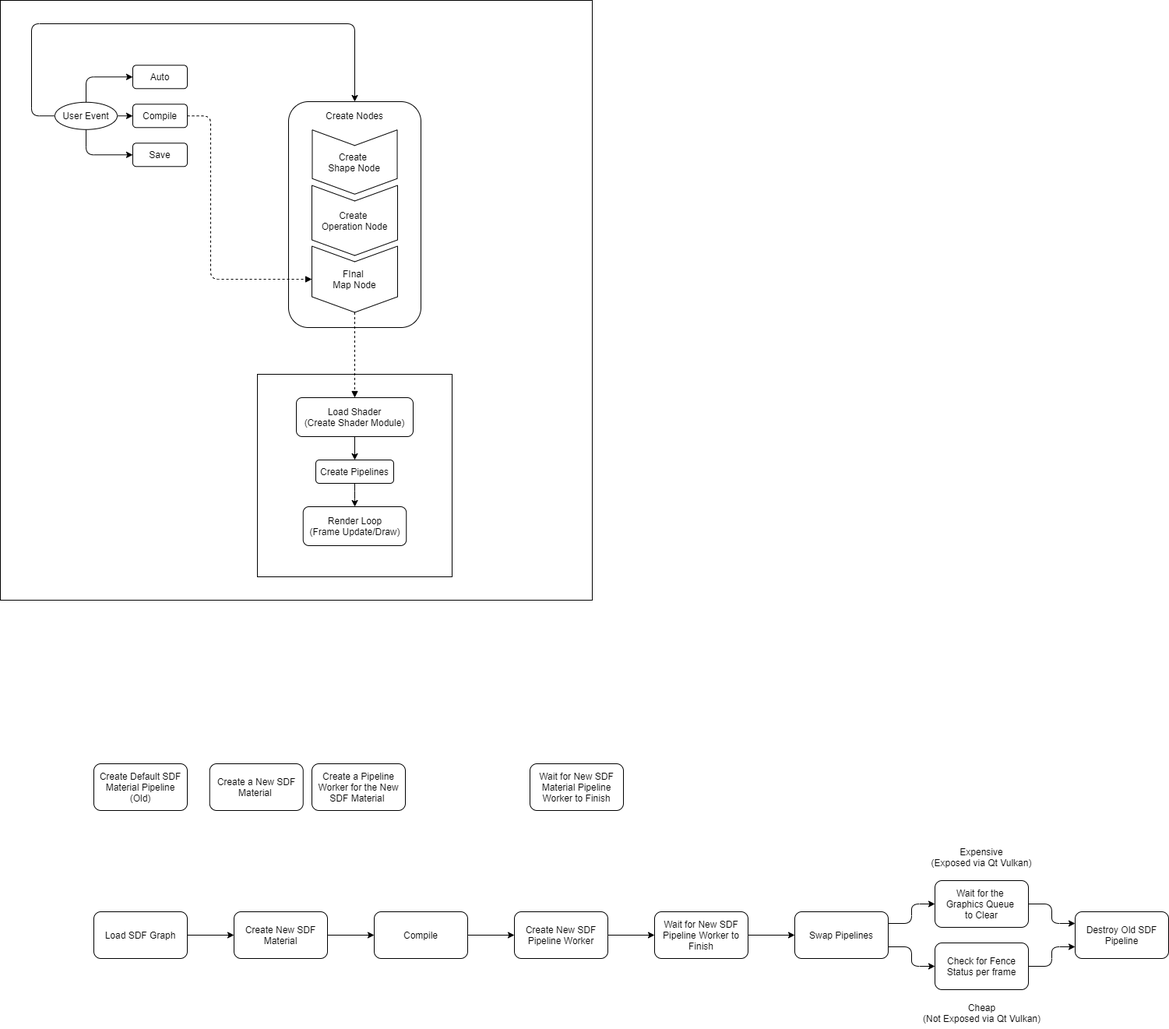
The draw.io diagram docs/design/sdf-graph-architecture.png in hiradyazdan/sdf-ray4d-engine, before a commit. Source tidied: cells renumbered, new cells last; positions are measured from the earlier drawing's top-left corner, leaving out a move shared by most shapes.
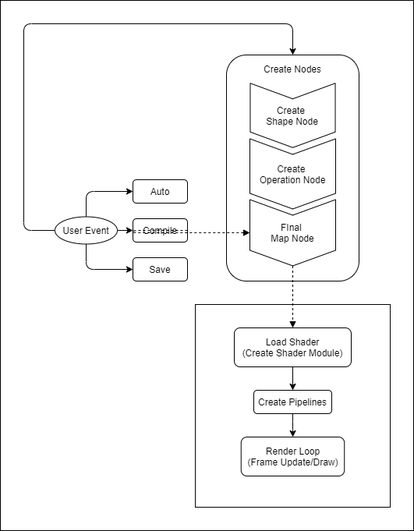
Later version of the same file.

What changed in the source:
```diff
@@ -3,19 +3,21 @@
     <mxCell id="0" />
     <mxCell id="1" parent="0" />
     <mxCell id="2" style="rounded=0;whiteSpace=wrap;html=1;" parent="1" vertex="1">
-      <mxGeometry width="760" height="770" as="geometry" />
+      <mxGeometry x="80" y="60" width="530" height="680" as="geometry" />
     </mxCell>
     <mxCell id="3" value="Auto" style="rounded=1;whiteSpace=wrap;html=1;" parent="1" vertex="1">
-      <mxGeometry x="170" y="83.3" width="70" height="30" as="geometry" />
+      <mxGeometry x="250" y="290" width="70" height="30" as="geometry" />
     </mxCell>
     <mxCell id="4" value="Compile" style="rounded=1;whiteSpace=wrap;html=1;" parent="1" vertex="1">
-      <mxGeometry x="170" y="133.3" width="70" height="30" as="geometry" />
+      <mxGeometry x="250" y="340" width="70" height="30" as="geometry" />
     </mxCell>
     <mxCell id="5" value="Save" style="rounded=1;whiteSpace=wrap;html=1;" parent="1" vertex="1">
-      <mxGeometry x="170" y="183.3" width="70" height="30" as="geometry" />
+      <mxGeometry x="250" y="390" width="70" height="30" as="geometry" />
     </mxCell>
-    <mxCell id="6" style="edgeStyle=orthogonalEdgeStyle;rounded=1;jettySize=auto;html=1;exitX=1;exitY=0.5;exitDx=0;exitDy=0;entryX=0;entryY=0.5;entryDx=0;entryDy=0;" parent="1" edge="1" source="10" target="4">
-      <mxGeometry relative="1" as="geometry" />
+    <mxCell id="6" style="edgeStyle=orthogonalEdgeStyle;rounded=1;jettySize=auto;html=1;exitX=1;exitY=0.5;exitDx=0;exitDy=0;entryX=0;entryY=0.5;entryDx=0;entryDy=0;" parent="1" edge="1" target="4">
+      <mxGeometry relative="1" as="geometry">
+        <mxPoint x="230" y="355" as="sourcePoint" />
+      </mxGeometry>
     </mxCell>
     <mxCell id="7" style="edgeStyle=orthogonalEdgeStyle;rounded=1;jettySize=auto;html=1;exitX=0.5;exitY=0;exitDx=0;exitDy=0;entryX=0;entryY=0.5;entryDx=0;entryDy=0;" parent="1" edge="1" source="10" target="3">
       <mxGeometry relative="1" as="geometry" />
@@ -26,35 +28,35 @@
     <mxCell id="9" style="edgeStyle=orthogonalEdgeStyle;rounded=1;jettySize=auto;html=1;exitX=0;exitY=0.5;exitDx=0;exitDy=0;entryX=0.5;entryY=0;entryDx=0;entryDy=0;" parent="1" edge="1" source="10" target="11">
       <mxGeometry relative="1" as="geometry">
         <Array as="points">
-          <mxPoint x="40" y="148" />
-          <mxPoint x="40" y="30" />
-          <mxPoint x="455" y="30" />
+          <mxPoint x="110" y="355" />
+          <mxPoint x="110" y="90" />
+          <mxPoint x="455" y="90" />
         </Array>
       </mxGeometry>
     </mxCell>
     <mxCell id="10" value="User Event" style="ellipse;whiteSpace=wrap;html=1;" parent="1" vertex="1">
-      <mxGeometry x="70" y="130.8" width="80" height="35" as="geometry" />
+      <mxGeometry x="150" y="337.5" width="80" height="35" as="geometry" />
     </mxCell>
     <mxCell id="11" style="rounded=1;whiteSpace=wrap;html=1;" parent="1" vertex="1">
       <mxGeometry x="370" y="130" width="170" height="290" as="geometry" />
     </mxCell>
     <mxCell id="12" style="rounded=0;whiteSpace=wrap;html=1;" parent="1" vertex="1">
-      <mxGeometry x="330" y="480" width="250" height="260" as="geometry" />
+      <mxGeometry x="330" y="450" width="250" height="260" as="geometry" />
     </mxCell>
     <mxCell id="13" style="edgeStyle=orthogonalEdgeStyle;rounded=1;jettySize=auto;html=1;exitX=0.5;exitY=1;exitDx=0;exitDy=0;entryX=0.5;entryY=0;entryDx=0;entryDy=0;startSize=0;endSize=6;sourcePerimeterSpacing=0;targetPerimeterSpacing=0;" parent="1" edge="1" source="14" target="16">
       <mxGeometry relative="1" as="geometry" />
     </mxCell>
     <mxCell id="14" value="Load Shader&lt;br&gt;(Create Shader Module)" style="rounded=1;whiteSpace=wrap;html=1;" parent="1" vertex="1">
-      <mxGeometry x="380" y="510" width="150" height="50" as="geometry" />
+      <mxGeometry x="380" y="480" width="150" height="50" as="geometry" />
     </mxCell>
     <mxCell id="15" style="edgeStyle=orthogonalEdgeStyle;rounded=1;jettySize=auto;html=1;exitX=0.5;exitY=1;exitDx=0;exitDy=0;startSize=0;endSize=6;sourcePerimeterSpacing=0;targetPerimeterSpacing=0;" parent="1" edge="1" source="16" target="17">
       <mxGeometry relative="1" as="geometry" />
     </mxCell>
     <mxCell id="16" value="Create Pipelines" style="rounded=1;whiteSpace=wrap;html=1;" parent="1" vertex="1">
-      <mxGeometry x="405" y="590" width="100" height="30" as="geometry" />
+      <mxGeometry x="405" y="560" width="100" height="30" as="geometry" />
     </mxCell>
     <mxCell id="17" value="Render Loop&lt;br&gt;(Frame Update/Draw)" style="rounded=1;whiteSpace=wrap;html=1;" parent="1" vertex="1">
-      <mxGeometry x="388.8" y="650" width="132.5" height="50" as="geometry" />
+      <mxGeometry x="388.8" y="620" width="132.5" height="50" as="geometry" />
     </mxCell>
     <mxCell id="18" style="group;" parent="1" vertex="1">
       <mxGeometry x="400" y="166.3" width="110" height="234.2" as="geometry" />
@@ -71,88 +73,15 @@
     <mxCell id="22" value="Create Nodes" style="text;html=1;strokeColor=none;fillColor=none;align=center;verticalAlign=middle;whiteSpace=wrap;rounded=0;" parent="1" vertex="1">
       <mxGeometry x="405" y="138.3" width="100" height="20" as="geometry" />
     </mxCell>
-    <mxCell id="23" style="edgeStyle=orthogonalEdgeStyle;rounded=1;jettySize=auto;html=1;exitX=1;exitY=0.5;exitDx=0;exitDy=0;entryX=0.5;entryY=1;entryDx=0;entryDy=0;startSize=0;endSize=6;sourcePerimeterSpacing=0;targetPerimeterSpacing=0;dashed=1;endArrow=block;endFill=1;" parent="1" edge="1" source="4" target="21">
+    <mxCell id="23" style="edgeStyle=orthogonalEdgeStyle;rounded=1;jettySize=auto;html=1;exitX=1;exitY=0.5;exitDx=0;exitDy=0;startSize=0;endSize=6;sourcePerimeterSpacing=0;targetPerimeterSpacing=0;dashed=1;endArrow=block;endFill=1;entryX=0.5;entryY=1;entryDx=0;entryDy=0;" parent="1" edge="1" source="4" target="21">
       <mxGeometry relative="1" as="geometry">
         <Array as="points">
-          <mxPoint x="270" y="148" />
-          <mxPoint x="270" y="358" />
+          <mxPoint x="250" y="358" />
         </Array>
       </mxGeometry>
     </mxCell>
     <mxCell id="24" style="edgeStyle=orthogonalEdgeStyle;rounded=1;jettySize=auto;html=1;exitX=1;exitY=0.5;exitDx=0;exitDy=0;entryX=0.5;entryY=0;entryDx=0;entryDy=0;dashed=1;endArrow=block;endFill=1;startSize=0;endSize=6;sourcePerimeterSpacing=0;targetPerimeterSpacing=0;" parent="1" edge="1" source="21" target="14">
       <mxGeometry relative="1" as="geometry" />
     </mxCell>
-    <mxCell id="25" value="Create Default SDF Material Pipeline (Old)" style="rounded=1;whiteSpace=wrap;html=1;" parent="1" vertex="1">
-      <mxGeometry x="120" y="980" width="120" height="60" as="geometry" />
-    </mxCell>
-    <mxCell id="26" value="Create a Pipeline&lt;br&gt;Worker for the New SDF Material&amp;nbsp;" style="rounded=1;whiteSpace=wrap;html=1;" parent="1" vertex="1">
-      <mxGeometry x="400" y="980" width="120" height="60" as="geometry" />
-    </mxCell>
-    <mxCell id="27" value="Wait for New SDF Material Pipeline Worker to Finish" style="rounded=1;whiteSpace=wrap;html=1;" parent="1" vertex="1">
-      <mxGeometry x="680" y="980" width="120" height="60" as="geometry" />
-    </mxCell>
-    <mxCell id="28" value="Create a New SDF Material&amp;nbsp;" style="rounded=1;whiteSpace=wrap;html=1;" parent="1" vertex="1">
-      <mxGeometry x="268.8" y="980" width="120" height="60" as="geometry" />
-    </mxCell>
-    <mxCell id="29" style="edgeStyle=orthogonalEdgeStyle;rounded=0;jettySize=auto;html=1;exitX=1;exitY=0.5;exitDx=0;exitDy=0;" parent="1" edge="1" source="30" target="32">
-      <mxGeometry relative="1" as="geometry" />
-    </mxCell>
-    <mxCell id="30" value="Load SDF Graph" style="rounded=1;whiteSpace=wrap;html=1;" parent="1" vertex="1">
-      <mxGeometry x="120" y="1170" width="120" height="60" as="geometry" />
-    </mxCell>
-    <mxCell id="31" style="edgeStyle=orthogonalEdgeStyle;rounded=0;jettySize=auto;html=1;exitX=1;exitY=0.5;exitDx=0;exitDy=0;entryX=0;entryY=0.5;entryDx=0;entryDy=0;" parent="1" edge="1" source="32" target="34">
-      <mxGeometry relative="1" as="geometry" />
-    </mxCell>
-    <mxCell id="32" value="Create New SDF Material" style="rounded=1;whiteSpace=wrap;html=1;" parent="1" vertex="1">
-      <mxGeometry x="300" y="1170" width="120" height="60" as="geometry" />
-    </mxCell>
-    <mxCell id="33" style="edgeStyle=orthogonalEdgeStyle;rounded=0;jettySize=auto;html=1;exitX=1;exitY=0.5;exitDx=0;exitDy=0;entryX=0;entryY=0.5;entryDx=0;entryDy=0;" parent="1" edge="1" source="34" target="36">
-      <mxGeometry relative="1" as="geometry" />
-    </mxCell>
-    <mxCell id="34" value="Compile" style="rounded=1;whiteSpace=wrap;html=1;" parent="1" vertex="1">
-      <mxGeometry x="480" y="1170" width="120" height="60" as="geometry" />
-    </mxCell>
-    <mxCell id="35" style="edgeStyle=orthogonalEdgeStyle;rounded=0;jettySize=auto;html=1;exitX=1;exitY=0.5;exitDx=0;exitDy=0;entryX=0;entryY=0.5;entryDx=0;entryDy=0;" parent="1" edge="1" source="36" target="38">
-      <mxGeometry relative="1" as="geometry" />
-    </mxCell>
-    <mxCell id="36" value="Create New SDF Pipeline Worker" style="rounded=1;whiteSpace=wrap;html=1;" parent="1" vertex="1">
-      <mxGeometry x="660" y="1170" width="120" height="60" as="geometry" />
-    </mxCell>
-    <mxCell id="37" style="edgeStyle=orthogonalEdgeStyle;rounded=0;jettySize=auto;html=1;exitX=1;exitY=0.5;exitDx=0;exitDy=0;entryX=0;entryY=0.5;entryDx=0;entryDy=0;" parent="1" edge="1" source="38" target="41">
-      <mxGeometry relative="1" as="geometry" />
-    </mxCell>
-    <mxCell id="38" value="Wait for New SDF Pipeline Worker to Finish" style="rounded=1;whiteSpace=wrap;html=1;" parent="1" vertex="1">
-      <mxGeometry x="840" y="1170" width="120" height="60" as="geometry" />
-    </mxCell>
-    <mxCell id="39" style="edgeStyle=orthogonalEdgeStyle;rounded=1;jettySize=auto;html=1;exitX=1;exitY=0.25;exitDx=0;exitDy=0;entryX=0;entryY=0.5;entryDx=0;entryDy=0;" parent="1" edge="1" source="41" target="44">
-      <mxGeometry relative="1" as="geometry" />
-    </mxCell>
-    <mxCell id="40" style="edgeStyle=orthogonalEdgeStyle;rounded=1;jettySize=auto;html=1;exitX=1;exitY=0.75;exitDx=0;exitDy=0;" parent="1" edge="1" source="41" target="46">
-      <mxGeometry relative="1" as="geometry" />
-    </mxCell>
-    <mxCell id="41" value="Swap Pipelines" style="rounded=1;whiteSpace=wrap;html=1;" parent="1" vertex="1">
-      <mxGeometry x="1020" y="1170" width="120" height="60" as="geometry" />
-    </mxCell>
-    <mxCell id="42" value="Destroy Old SDF Pipeline" style="rounded=1;whiteSpace=wrap;html=1;" parent="1" vertex="1">
-      <mxGeometry x="1380" y="1170" width="120" height="60" as="geometry" />
-    </mxCell>
-    <mxCell id="43" style="edgeStyle=orthogonalEdgeStyle;rounded=1;jettySize=auto;html=1;exitX=1;exitY=0.5;exitDx=0;exitDy=0;entryX=0;entryY=0.25;entryDx=0;entryDy=0;" parent="1" edge="1" source="44" target="42">
-      <mxGeometry relative="1" as="geometry" />
-    </mxCell>
-    <mxCell id="44" value="Wait for the &lt;br&gt;Graphics Queue &lt;br&gt;to Clear" style="rounded=1;whiteSpace=wrap;html=1;" parent="1" vertex="1">
-      <mxGeometry x="1200" y="1130" width="120" height="60" as="geometry" />
-    </mxCell>
-    <mxCell id="45" style="edgeStyle=orthogonalEdgeStyle;rounded=1;jettySize=auto;html=1;exitX=1;exitY=0.5;exitDx=0;exitDy=0;entryX=0;entryY=0.75;entryDx=0;entryDy=0;" parent="1" edge="1" source="46" target="42">
-      <mxGeometry relative="1" as="geometry" />
-    </mxCell>
-    <mxCell id="46" value="Check for Fence Status per frame" style="rounded=1;whiteSpace=wrap;html=1;" parent="1" vertex="1">
-      <mxGeometry x="1200" y="1210" width="120" height="60" as="geometry" />
-    </mxCell>
-    <mxCell id="47" value="Cheap&lt;br&gt;(Not Exposed via Qt Vulkan)" style="text;html=1;strokeColor=none;fillColor=none;align=center;verticalAlign=middle;whiteSpace=wrap;rounded=0;" parent="1" vertex="1">
-      <mxGeometry x="1182.5" y="1280" width="155" height="40" as="geometry" />
-    </mxCell>
-    <mxCell id="48" value="Expensive&lt;br&gt;(Exposed via Qt Vulkan)" style="text;html=1;strokeColor=none;fillColor=none;align=center;verticalAlign=middle;whiteSpace=wrap;rounded=0;" parent="1" vertex="1">
-      <mxGeometry x="1190" y="1080" width="140" height="40" as="geometry" />
-    </mxCell>
   </root>
 </mxGraphModel>
```
